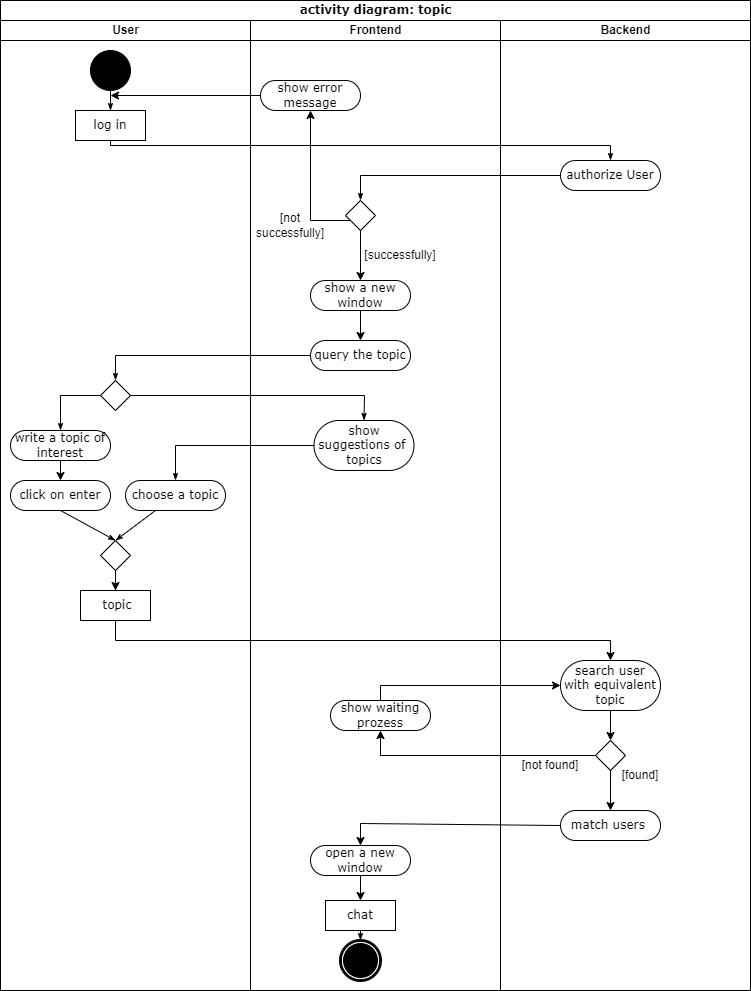
schw1erig/commonSonar keeps this draw.io diagram as docs/use_cases/images/ActivityDiagrams/TopicSearchActivityDiagram.png. Above is the earlier version. Source tidied: cells renumbered, new cells last; positions are measured from the earlier drawing's top-left corner, leaving out a move shared by most shapes.
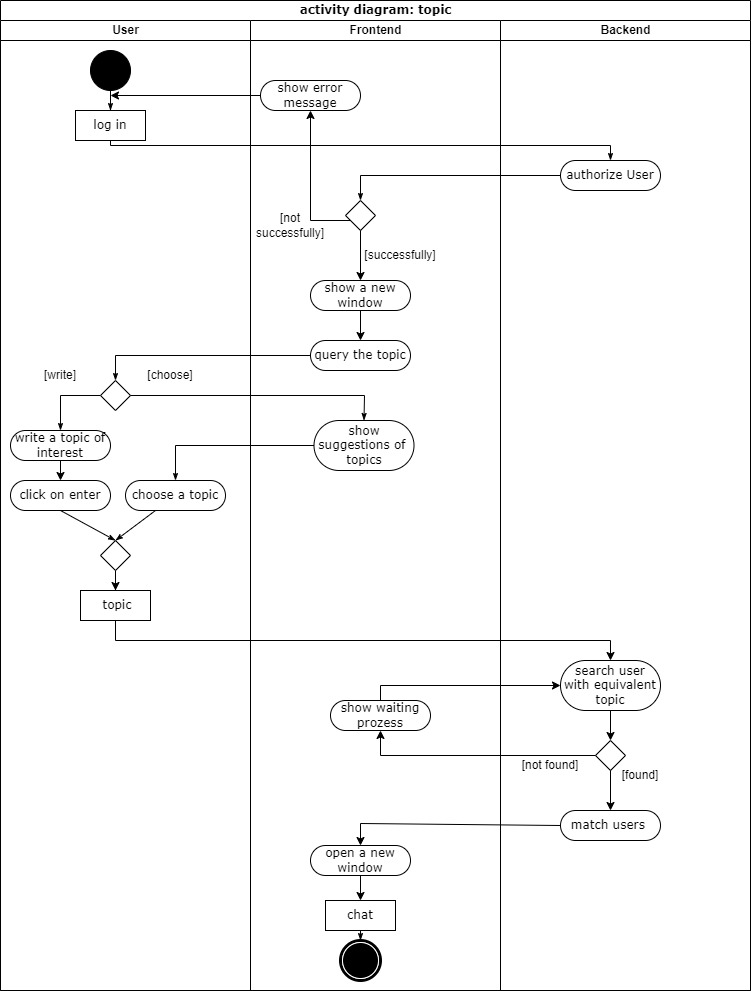
The same file after the commit.

What changed in the source:
```diff
@@ -64,6 +64,12 @@
     <mxCell id="18" value="log in" style="rounded=0;whiteSpace=wrap;html=1;shadow=0;comic=0;labelBackgroundColor=none;strokeWidth=1;fontFamily=Verdana;fontSize=12;align=center;arcSize=50;" parent="4" vertex="1">
       <mxGeometry x="75" y="90" width="70" height="30" as="geometry" />
     </mxCell>
+    <mxCell id="54" value="[write]" style="text;html=1;strokeColor=none;fillColor=none;align=center;verticalAlign=middle;whiteSpace=wrap;rounded=0;" parent="4" vertex="1">
+      <mxGeometry x="30" y="340" width="60" height="30" as="geometry" />
+    </mxCell>
+    <mxCell id="55" value="[choose]" style="text;html=1;strokeColor=none;fillColor=none;align=center;verticalAlign=middle;whiteSpace=wrap;rounded=0;" parent="4" vertex="1">
+      <mxGeometry x="140" y="340" width="60" height="30" as="geometry" />
+    </mxCell>
     <mxCell id="19" value="Frontend" style="swimlane;html=1;startSize=20;" parent="2" vertex="1">
       <mxGeometry x="250" y="20" width="250" height="970" as="geometry" />
     </mxCell>
```
